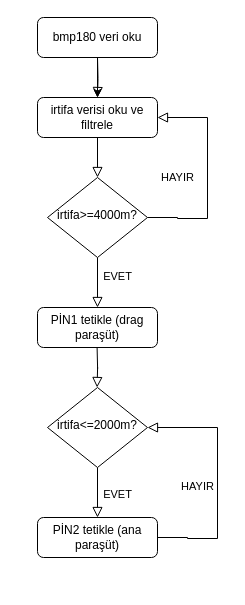
Before: Untitled Diagram.drawio in berat1yvz/Rocket_RecoverySystem_Schematic_draw.io-YRT, a draw.io diagram. Source tidied: cells renumbered, new cells numbered last; positions are measured from the earlier drawing's top-left corner, leaving out a move shared by most shapes. Both pictures are drawn from the tidied source at 100%, with x=0, y=0 at pixel (37, 17).
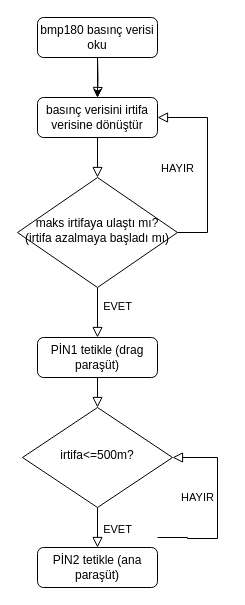
The same diagram, later.

Commit message:
bmp180 son flowchart.drawio

Diff of the diagram source:
```diff
@@
-    <mxCell id="3" value="bmp180 veri oku" style="rounded=1;whiteSpace=wrap;html=1;fontSize=12;glass=0;strokeWidth=1;shadow=0;" parent="1" vertex="1">
+    <mxCell id="3" value="bmp180 basınç verisi oku" style="rounded=1;whiteSpace=wrap;html=1;fontSize=12;glass=0;strokeWidth=1;shadow=0;" parent="1" vertex="1">
       <mxGeometry width="120" height="40" as="geometry" />
     </mxCell>
@@
-    <mxCell id="5" value="HAYIR" style="edgeStyle=orthogonalEdgeStyle;rounded=0;html=1;jettySize=auto;fontSize=11;endArrow=block;endFill=0;endSize=8;strokeWidth=1;shadow=0;labelBackgroundColor=none;entryX=1;entryY=0.5;entryDx=0;entryDy=0;" parent="1" edge="1" source="6" target="9">
+    <mxCell id="5" value="HAYIR" style="edgeStyle=orthogonalEdgeStyle;rounded=0;html=1;jettySize=auto;fontSize=11;endArrow=block;endFill=0;endSize=8;strokeWidth=1;shadow=0;labelBackgroundColor=none;entryX=1;entryY=0.5;entryDx=0;entryDy=0;exitX=1;exitY=0.5;exitDx=0;exitDy=0;" parent="1" edge="1" source="6" target="9">
       <mxGeometry x="-0.04" y="30" relative="1" as="geometry">
         <Array as="points">
-          <mxPoint x="140" y="200" />
-          <mxPoint x="140" y="201" />
-          <mxPoint x="170" y="201" />
+          <mxPoint x="170" y="215" />
           <mxPoint x="170" y="100" />
         </Array>
       </mxGeometry>
     </mxCell>
-    <mxCell id="6" value="irtifa&amp;gt;=4000m?" style="rhombus;whiteSpace=wrap;html=1;shadow=0;fontFamily=Helvetica;fontSize=12;align=center;strokeWidth=1;spacing=6;spacingTop=-4;" parent="1" vertex="1">
-      <mxGeometry x="10" y="160" width="100" height="80" as="geometry" />
+    <mxCell id="6" value="maks irtifaya ulaştı mı? (irtifa azalmaya başladı mı)" style="rhombus;whiteSpace=wrap;html=1;shadow=0;fontFamily=Helvetica;fontSize=12;align=center;strokeWidth=1;spacing=6;spacingTop=-4;" parent="1" vertex="1">
+      <mxGeometry x="-20" y="160" width="160" height="110" as="geometry" />
     </mxCell>
@@
     <mxCell id="8" value="PİN2 tetikle (ana paraşüt)" style="rounded=1;whiteSpace=wrap;html=1;fontSize=12;glass=0;strokeWidth=1;shadow=0;" parent="1" vertex="1">
-      <mxGeometry y="500" width="120" height="40" as="geometry" />
+      <mxGeometry y="530" width="120" height="40" as="geometry" />
     </mxCell>
-    <mxCell id="9" value="irtifa verisi oku ve filtrele" style="rounded=1;whiteSpace=wrap;html=1;fontSize=12;glass=0;strokeWidth=1;shadow=0;" parent="1" vertex="1">
+    <mxCell id="9" value="basınç verisini irtifa verisine dönüştür" style="rounded=1;whiteSpace=wrap;html=1;fontSize=12;glass=0;strokeWidth=1;shadow=0;" parent="1" vertex="1">
       <mxGeometry y="80" width="120" height="40" as="geometry" />
     </mxCell>
-    <mxCell id="10" style="rounded=0;html=1;jettySize=auto;orthogonalLoop=1;fontSize=11;endArrow=block;endFill=0;endSize=8;strokeWidth=1;shadow=0;labelBackgroundColor=none;edgeStyle=orthogonalEdgeStyle;" parent="1" edge="1">
+    <mxCell id="10" style="rounded=0;html=1;jettySize=auto;fontSize=11;endArrow=block;endFill=0;endSize=8;strokeWidth=1;shadow=0;labelBackgroundColor=none;edgeStyle=orthogonalEdgeStyle;entryX=0.5;entryY=0;entryDx=0;entryDy=0;" parent="1" edge="1" target="6">
       <mxGeometry x="0.33" y="20" relative="1" as="geometry">
         <mxPoint x="59.5" y="120" as="sourcePoint" />
-        <mxPoint x="60" y="160" as="targetPoint" />
         <Array as="points">
           <mxPoint x="60" y="160" />
         </Array>
       </mxGeometry>
     </mxCell>
@@
     <mxCell id="12" value="PİN1 tetikle (drag paraşüt)" style="rounded=1;whiteSpace=wrap;html=1;fontSize=12;glass=0;strokeWidth=1;shadow=0;" parent="1" vertex="1">
-      <mxGeometry y="290" width="120" height="40" as="geometry" />
+      <mxGeometry y="320" width="120" height="40" as="geometry" />
     </mxCell>
-    <mxCell id="13" value="irtifa&amp;lt;=2000m?" style="rhombus;whiteSpace=wrap;html=1;shadow=0;fontFamily=Helvetica;fontSize=12;align=center;strokeWidth=1;spacing=6;spacingTop=-4;" parent="1" vertex="1">
-      <mxGeometry x="10" y="370" width="100" height="80" as="geometry" />
+    <mxCell id="13" value="irtifa&amp;lt;=500m?" style="rhombus;whiteSpace=wrap;html=1;shadow=0;fontFamily=Helvetica;fontSize=12;align=center;strokeWidth=1;spacing=6;spacingTop=-4;" parent="1" vertex="1">
+      <mxGeometry x="-15" y="390" width="150" height="100" as="geometry" />
     </mxCell>
-    <mxCell id="14" style="rounded=0;html=1;jettySize=auto;orthogonalLoop=1;fontSize=11;endArrow=block;endFill=0;endSize=8;strokeWidth=1;shadow=0;labelBackgroundColor=none;edgeStyle=orthogonalEdgeStyle;entryX=0.5;entryY=0;entryDx=0;entryDy=0;exitX=0.5;exitY=1;exitDx=0;exitDy=0;" parent="1" edge="1">
+    <mxCell id="14" style="rounded=0;html=1;jettySize=auto;fontSize=11;endArrow=block;endFill=0;endSize=8;strokeWidth=1;shadow=0;labelBackgroundColor=none;edgeStyle=orthogonalEdgeStyle;entryX=0.5;entryY=0;entryDx=0;entryDy=0;" parent="1" edge="1" target="13">
       <mxGeometry x="0.33" y="20" relative="1" as="geometry">
-        <mxPoint x="59.6" y="330" as="sourcePoint" />
-        <mxPoint x="59.6" y="370" as="targetPoint" />
+        <mxPoint x="60" y="360" as="sourcePoint" />
       </mxGeometry>
     </mxCell>
     <mxCell id="15" value="HAYIR" style="edgeStyle=orthogonalEdgeStyle;rounded=0;html=1;jettySize=auto;fontSize=11;endArrow=block;endFill=0;endSize=8;strokeWidth=1;shadow=0;labelBackgroundColor=none;entryX=1;entryY=0.5;entryDx=0;entryDy=0;" parent="1" edge="1" target="13">
-      <mxGeometry x="-0.07" y="20" relative="1" as="geometry">
+      <mxGeometry x="0.09" y="20" relative="1" as="geometry">
         <mxPoint x="120" y="520" as="sourcePoint" />
         <Array as="points">
           <mxPoint x="150" y="520" />
-          <mxPoint x="150" y="521" />
           <mxPoint x="180" y="521" />
-          <mxPoint x="180" y="410" />
+          <mxPoint x="180" y="440" />
         </Array>
       </mxGeometry>
     </mxCell>
```
